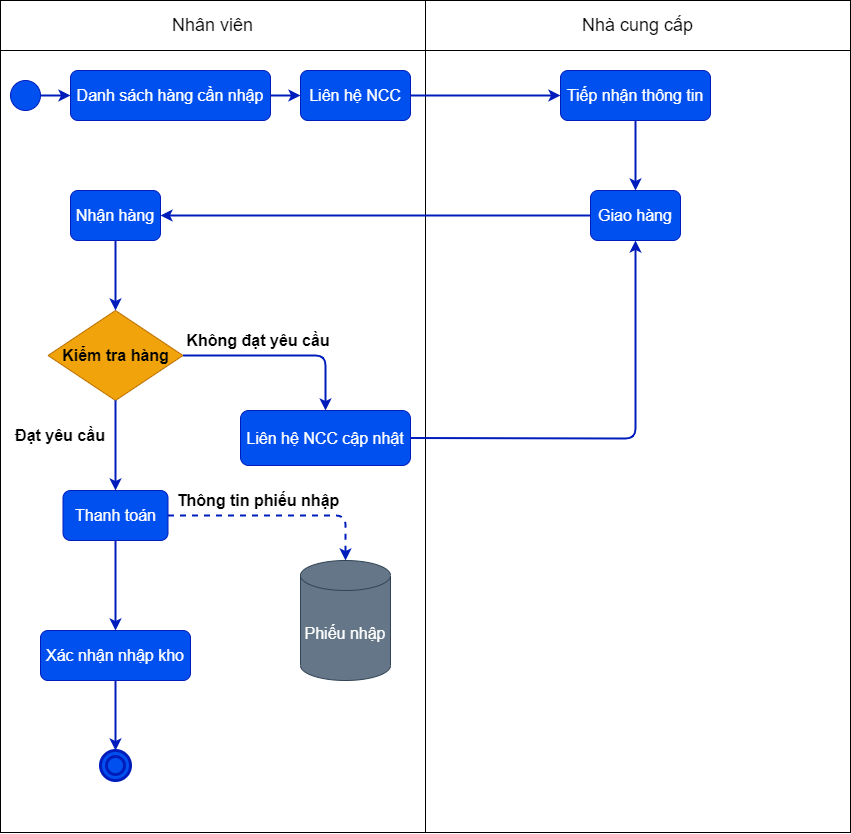
Earlier version of the draw.io export nhapHang.drawio.png (sunny-THS/QlyBanDT). Source tidied: cells renumbered, new cells last; positions are measured from the earlier drawing's top-left corner, leaving out a move shared by most shapes. Its diagram source:
```xml
<mxGraphModel>
  <root>
    <mxCell id="0" />
    <mxCell id="1" parent="0" />
    <mxCell id="2" style="shape=table;startSize=0;" parent="1" vertex="1">
      <mxGeometry width="850" height="832" as="geometry" />
    </mxCell>
    <mxCell id="3" style="shape=partialRectangle;fillColor=none;top=0;left=0;bottom=0;right=0;fontSize=14;" parent="2" vertex="1">
      <mxGeometry width="850" height="50" as="geometry" />
    </mxCell>
    <mxCell id="4" value="Nhân viên" style="shape=partialRectangle;html=1;whiteSpace=wrap;overflow=hidden;fillColor=none;top=0;left=0;bottom=0;right=0;fontSize=18;" parent="3" vertex="1">
      <mxGeometry width="425" height="50" as="geometry" />
    </mxCell>
    <mxCell id="5" value="Nhà cung cấp" style="shape=partialRectangle;html=1;whiteSpace=wrap;overflow=hidden;fillColor=none;top=0;left=0;bottom=0;right=0;fontSize=18;" parent="3" vertex="1">
      <mxGeometry x="425" width="425" height="50" as="geometry" />
    </mxCell>
    <mxCell id="6" style="shape=partialRectangle;fillColor=none;top=0;left=0;bottom=0;right=0;" parent="2" vertex="1">
      <mxGeometry y="50" width="850" height="782" as="geometry" />
    </mxCell>
    <mxCell id="7" style="shape=partialRectangle;html=1;whiteSpace=wrap;overflow=hidden;fillColor=none;top=0;left=0;bottom=0;right=0;" parent="6" vertex="1">
      <mxGeometry width="425" height="782" as="geometry" />
    </mxCell>
    <mxCell id="8" style="shape=partialRectangle;html=1;whiteSpace=wrap;overflow=hidden;fillColor=none;top=0;left=0;bottom=0;right=0;" parent="6" vertex="1">
      <mxGeometry x="425" width="425" height="782" as="geometry" />
    </mxCell>
    <mxCell id="9" value="Danh sách hàng cần nhập" style="rounded=1;whiteSpace=wrap;html=1;fontSize=16;fillColor=#0050ef;strokeColor=#001DBC;fontColor=#ffffff;" parent="1" vertex="1">
      <mxGeometry x="70" y="70" width="200" height="50" as="geometry" />
    </mxCell>
    <mxCell id="10" style="ellipse;whiteSpace=wrap;html=1;fontSize=18;fillColor=#0050ef;strokeColor=#001DBC;fontColor=#ffffff;" parent="1" vertex="1">
      <mxGeometry x="10" y="80" width="30" height="30" as="geometry" />
    </mxCell>
    <mxCell id="11" style="endArrow=classic;html=1;fontSize=16;exitX=1;exitY=0.5;exitDx=0;exitDy=0;entryX=0;entryY=0.5;entryDx=0;entryDy=0;strokeWidth=2;fillColor=#0050ef;strokeColor=#001DBC;" parent="1" edge="1" source="10" target="9">
      <mxGeometry relative="1" as="geometry" />
    </mxCell>
    <mxCell id="12" value="Liên hệ NCC" style="rounded=1;whiteSpace=wrap;html=1;fontSize=16;fillColor=#0050ef;strokeColor=#001DBC;fontColor=#ffffff;" parent="1" vertex="1">
      <mxGeometry x="300" y="70" width="110" height="50" as="geometry" />
    </mxCell>
    <mxCell id="13" style="endArrow=classic;html=1;fontSize=16;exitX=1;exitY=0.5;exitDx=0;exitDy=0;entryX=0;entryY=0.5;entryDx=0;entryDy=0;strokeWidth=2;fillColor=#0050ef;strokeColor=#001DBC;" parent="1" edge="1" source="9" target="12">
      <mxGeometry relative="1" as="geometry" />
    </mxCell>
    <mxCell id="14" value="Tiếp nhận thông tin" style="rounded=1;whiteSpace=wrap;html=1;fontSize=16;fillColor=#0050ef;strokeColor=#001DBC;fontColor=#ffffff;" parent="1" vertex="1">
      <mxGeometry x="560" y="70" width="150" height="50" as="geometry" />
    </mxCell>
    <mxCell id="15" style="endArrow=classic;html=1;fontSize=16;exitX=1;exitY=0.5;exitDx=0;exitDy=0;entryX=0;entryY=0.5;entryDx=0;entryDy=0;strokeWidth=2;fillColor=#0050ef;strokeColor=#001DBC;" parent="1" edge="1" source="12" target="14">
      <mxGeometry relative="1" as="geometry" />
    </mxCell>
    <mxCell id="16" value="Giao hàng" style="rounded=1;whiteSpace=wrap;html=1;fontSize=16;fillColor=#0050ef;strokeColor=#001DBC;fontColor=#ffffff;" parent="1" vertex="1">
      <mxGeometry x="590" y="190" width="90" height="50" as="geometry" />
    </mxCell>
    <mxCell id="17" style="endArrow=classic;html=1;fontSize=16;exitX=0.5;exitY=1;exitDx=0;exitDy=0;entryX=0.5;entryY=0;entryDx=0;entryDy=0;strokeWidth=2;fillColor=#0050ef;strokeColor=#001DBC;" parent="1" edge="1" source="14" target="16">
      <mxGeometry relative="1" as="geometry" />
    </mxCell>
    <mxCell id="18" value="Nhận hàng" style="rounded=1;whiteSpace=wrap;html=1;fontSize=16;fillColor=#0050ef;strokeColor=#001DBC;fontColor=#ffffff;" parent="1" vertex="1">
      <mxGeometry x="70" y="190" width="90" height="50" as="geometry" />
    </mxCell>
    <mxCell id="19" style="endArrow=classic;html=1;fontSize=16;exitX=0;exitY=0.5;exitDx=0;exitDy=0;entryX=1;entryY=0.5;entryDx=0;entryDy=0;strokeWidth=2;fillColor=#0050ef;strokeColor=#001DBC;" parent="1" edge="1" source="16" target="18">
      <mxGeometry relative="1" as="geometry" />
    </mxCell>
    <mxCell id="20" value="Kiểm tra hàng" style="rhombus;whiteSpace=wrap;html=1;fontSize=16;fillColor=#f0a30a;strokeColor=#BD7000;fontColor=#000000;fontStyle=1;" parent="1" vertex="1">
      <mxGeometry x="47.5" y="310" width="135" height="90" as="geometry" />
    </mxCell>
    <mxCell id="21" style="endArrow=classic;html=1;fontSize=16;exitX=0.5;exitY=1;exitDx=0;exitDy=0;entryX=0.5;entryY=0;entryDx=0;entryDy=0;strokeWidth=2;fillColor=#0050ef;strokeColor=#001DBC;" parent="1" edge="1" source="18" target="20">
      <mxGeometry relative="1" as="geometry" />
    </mxCell>
    <mxCell id="22" value="Không đạt yêu cầu" style="text;html=1;strokeColor=none;fillColor=none;align=center;verticalAlign=middle;whiteSpace=wrap;rounded=0;fontSize=16;fontStyle=1;" parent="1" vertex="1">
      <mxGeometry x="182.5" y="320" width="150" height="40" as="geometry" />
    </mxCell>
    <mxCell id="23" value="Liên hệ NCC cập nhật" style="rounded=1;whiteSpace=wrap;html=1;fontSize=16;fillColor=#0050ef;strokeColor=#001DBC;fontColor=#ffffff;" parent="1" vertex="1">
      <mxGeometry x="240" y="410" width="170" height="55" as="geometry" />
    </mxCell>
    <mxCell id="24" style="endArrow=classic;html=1;fontSize=16;exitX=1;exitY=0.5;exitDx=0;exitDy=0;entryX=0.5;entryY=0;entryDx=0;entryDy=0;strokeWidth=2;fillColor=#0050ef;strokeColor=#001DBC;" parent="1" edge="1" source="20" target="23">
      <mxGeometry relative="1" as="geometry">
        <Array as="points">
          <mxPoint x="325" y="355" />
        </Array>
      </mxGeometry>
    </mxCell>
    <mxCell id="25" style="endArrow=classic;html=1;fontSize=16;exitX=1;exitY=0.5;exitDx=0;exitDy=0;entryX=0.5;entryY=1;entryDx=0;entryDy=0;strokeWidth=2;fillColor=#0050ef;strokeColor=#001DBC;" parent="1" edge="1" source="23" target="16">
      <mxGeometry relative="1" as="geometry">
        <Array as="points">
          <mxPoint x="635" y="438" />
        </Array>
      </mxGeometry>
    </mxCell>
    <mxCell id="26" style="endArrow=classic;html=1;fontSize=16;exitX=0.5;exitY=1;exitDx=0;exitDy=0;entryX=0.5;entryY=0;entryDx=0;entryDy=0;strokeWidth=2;fillColor=#0050ef;strokeColor=#001DBC;" parent="1" edge="1" source="20" target="27">
      <mxGeometry relative="1" as="geometry" />
    </mxCell>
    <mxCell id="27" value="Thanh toán" style="rounded=1;whiteSpace=wrap;html=1;fontSize=16;fillColor=#0050ef;strokeColor=#001DBC;fontColor=#ffffff;" parent="1" vertex="1">
      <mxGeometry x="62.5" y="490" width="105" height="50" as="geometry" />
    </mxCell>
    <mxCell id="28" value="Đạt yêu cầu" style="text;html=1;strokeColor=none;fillColor=none;align=center;verticalAlign=middle;whiteSpace=wrap;rounded=0;fontSize=16;fontStyle=1;" parent="1" vertex="1">
      <mxGeometry x="10" y="420" width="100" height="30" as="geometry" />
    </mxCell>
    <mxCell id="29" value="Phiếu nhập" style="shape=cylinder3;whiteSpace=wrap;html=1;boundedLbl=1;backgroundOutline=1;size=15;fontSize=16;fillColor=#647687;strokeColor=#314354;fontColor=#ffffff;" parent="1" vertex="1">
      <mxGeometry x="300" y="560" width="90" height="120" as="geometry" />
    </mxCell>
    <mxCell id="30" style="endArrow=classic;html=1;fontSize=16;exitX=1;exitY=0.5;exitDx=0;exitDy=0;entryX=0.5;entryY=0;entryDx=0;entryDy=0;strokeWidth=2;fillColor=#0050ef;strokeColor=#001DBC;entryPerimeter=0;dashed=1;" parent="1" edge="1" source="27" target="29">
      <mxGeometry relative="1" as="geometry">
        <Array as="points">
          <mxPoint x="345" y="515" />
        </Array>
      </mxGeometry>
    </mxCell>
    <mxCell id="31" value="Thông tin phiếu nhập" style="text;html=1;strokeColor=none;fillColor=none;align=center;verticalAlign=middle;whiteSpace=wrap;rounded=0;fontSize=16;fontStyle=1;" parent="1" vertex="1">
      <mxGeometry x="172.5" y="480" width="170" height="40" as="geometry" />
    </mxCell>
    <mxCell id="32" value="Xác nhận nhập kho" style="rounded=1;whiteSpace=wrap;html=1;fontSize=16;fillColor=#0050ef;strokeColor=#001DBC;fontColor=#ffffff;" parent="1" vertex="1">
      <mxGeometry x="40" y="630" width="150" height="50" as="geometry" />
    </mxCell>
    <mxCell id="33" style="endArrow=classic;html=1;fontSize=16;exitX=0.5;exitY=1;exitDx=0;exitDy=0;entryX=0.5;entryY=0;entryDx=0;entryDy=0;strokeWidth=2;fillColor=#0050ef;strokeColor=#001DBC;" parent="1" edge="1" source="27" target="32">
      <mxGeometry relative="1" as="geometry" />
    </mxCell>
    <mxCell id="34" style="endArrow=classic;html=1;fontSize=16;exitX=0.5;exitY=1;exitDx=0;exitDy=0;strokeWidth=2;fillColor=#0050ef;strokeColor=#001DBC;entryX=0.5;entryY=0;entryDx=0;entryDy=0;" parent="1" edge="1" source="32" target="35">
      <mxGeometry relative="1" as="geometry" />
    </mxCell>
    <mxCell id="35" style="ellipse;shape=doubleEllipse;whiteSpace=wrap;html=1;fontSize=16;fillColor=#0050ef;strokeColor=#001DBC;fontColor=#ffffff;perimeterSpacing=0;strokeWidth=3;" parent="1" vertex="1">
      <mxGeometry x="100" y="750" width="30" height="30" as="geometry" />
    </mxCell>
  </root>
</mxGraphModel>
```
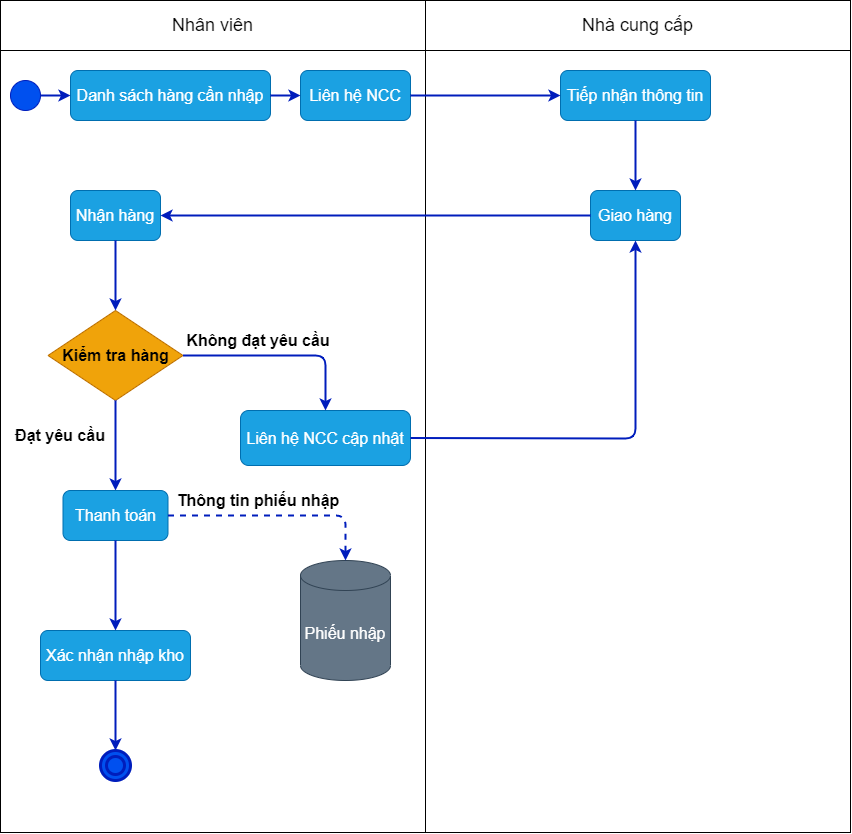
The same file after the commit.

Diff of the diagram source:
```diff
@@ -23,7 +23,7 @@
     <mxCell id="8" style="shape=partialRectangle;html=1;whiteSpace=wrap;overflow=hidden;fillColor=none;top=0;left=0;bottom=0;right=0;" parent="6" vertex="1">
       <mxGeometry x="425" width="425" height="782" as="geometry" />
     </mxCell>
-    <mxCell id="9" value="Danh sách hàng cần nhập" style="rounded=1;whiteSpace=wrap;html=1;fontSize=16;fillColor=#0050ef;strokeColor=#001DBC;fontColor=#ffffff;" parent="1" vertex="1">
+    <mxCell id="9" value="Danh sách hàng cần nhập" style="rounded=1;whiteSpace=wrap;html=1;fontSize=16;fillColor=#1ba1e2;strokeColor=#006EAF;fontColor=#ffffff;" parent="1" vertex="1">
       <mxGeometry x="70" y="70" width="200" height="50" as="geometry" />
     </mxCell>
     <mxCell id="10" style="ellipse;whiteSpace=wrap;html=1;fontSize=18;fillColor=#0050ef;strokeColor=#001DBC;fontColor=#ffffff;" parent="1" vertex="1">
@@ -32,25 +32,25 @@
     <mxCell id="11" style="endArrow=classic;html=1;fontSize=16;exitX=1;exitY=0.5;exitDx=0;exitDy=0;entryX=0;entryY=0.5;entryDx=0;entryDy=0;strokeWidth=2;fillColor=#0050ef;strokeColor=#001DBC;" parent="1" edge="1" source="10" target="9">
       <mxGeometry relative="1" as="geometry" />
     </mxCell>
-    <mxCell id="12" value="Liên hệ NCC" style="rounded=1;whiteSpace=wrap;html=1;fontSize=16;fillColor=#0050ef;strokeColor=#001DBC;fontColor=#ffffff;" parent="1" vertex="1">
+    <mxCell id="12" value="Liên hệ NCC" style="rounded=1;whiteSpace=wrap;html=1;fontSize=16;fillColor=#1ba1e2;strokeColor=#006EAF;fontColor=#ffffff;" parent="1" vertex="1">
       <mxGeometry x="300" y="70" width="110" height="50" as="geometry" />
     </mxCell>
     <mxCell id="13" style="endArrow=classic;html=1;fontSize=16;exitX=1;exitY=0.5;exitDx=0;exitDy=0;entryX=0;entryY=0.5;entryDx=0;entryDy=0;strokeWidth=2;fillColor=#0050ef;strokeColor=#001DBC;" parent="1" edge="1" source="9" target="12">
       <mxGeometry relative="1" as="geometry" />
     </mxCell>
-    <mxCell id="14" value="Tiếp nhận thông tin" style="rounded=1;whiteSpace=wrap;html=1;fontSize=16;fillColor=#0050ef;strokeColor=#001DBC;fontColor=#ffffff;" parent="1" vertex="1">
+    <mxCell id="14" value="Tiếp nhận thông tin" style="rounded=1;whiteSpace=wrap;html=1;fontSize=16;fillColor=#1ba1e2;strokeColor=#006EAF;fontColor=#ffffff;" parent="1" vertex="1">
       <mxGeometry x="560" y="70" width="150" height="50" as="geometry" />
     </mxCell>
     <mxCell id="15" style="endArrow=classic;html=1;fontSize=16;exitX=1;exitY=0.5;exitDx=0;exitDy=0;entryX=0;entryY=0.5;entryDx=0;entryDy=0;strokeWidth=2;fillColor=#0050ef;strokeColor=#001DBC;" parent="1" edge="1" source="12" target="14">
       <mxGeometry relative="1" as="geometry" />
     </mxCell>
-    <mxCell id="16" value="Giao hàng" style="rounded=1;whiteSpace=wrap;html=1;fontSize=16;fillColor=#0050ef;strokeColor=#001DBC;fontColor=#ffffff;" parent="1" vertex="1">
+    <mxCell id="16" value="Giao hàng" style="rounded=1;whiteSpace=wrap;html=1;fontSize=16;fillColor=#1ba1e2;strokeColor=#006EAF;fontColor=#ffffff;" parent="1" vertex="1">
       <mxGeometry x="590" y="190" width="90" height="50" as="geometry" />
     </mxCell>
     <mxCell id="17" style="endArrow=classic;html=1;fontSize=16;exitX=0.5;exitY=1;exitDx=0;exitDy=0;entryX=0.5;entryY=0;entryDx=0;entryDy=0;strokeWidth=2;fillColor=#0050ef;strokeColor=#001DBC;" parent="1" edge="1" source="14" target="16">
       <mxGeometry relative="1" as="geometry" />
     </mxCell>
-    <mxCell id="18" value="Nhận hàng" style="rounded=1;whiteSpace=wrap;html=1;fontSize=16;fillColor=#0050ef;strokeColor=#001DBC;fontColor=#ffffff;" parent="1" vertex="1">
+    <mxCell id="18" value="Nhận hàng" style="rounded=1;whiteSpace=wrap;html=1;fontSize=16;fillColor=#1ba1e2;strokeColor=#006EAF;fontColor=#ffffff;" parent="1" vertex="1">
       <mxGeometry x="70" y="190" width="90" height="50" as="geometry" />
     </mxCell>
     <mxCell id="19" style="endArrow=classic;html=1;fontSize=16;exitX=0;exitY=0.5;exitDx=0;exitDy=0;entryX=1;entryY=0.5;entryDx=0;entryDy=0;strokeWidth=2;fillColor=#0050ef;strokeColor=#001DBC;" parent="1" edge="1" source="16" target="18">
@@ -65,7 +65,7 @@
     <mxCell id="22" value="Không đạt yêu cầu" style="text;html=1;strokeColor=none;fillColor=none;align=center;verticalAlign=middle;whiteSpace=wrap;rounded=0;fontSize=16;fontStyle=1;" parent="1" vertex="1">
       <mxGeometry x="182.5" y="320" width="150" height="40" as="geometry" />
     </mxCell>
-    <mxCell id="23" value="Liên hệ NCC cập nhật" style="rounded=1;whiteSpace=wrap;html=1;fontSize=16;fillColor=#0050ef;strokeColor=#001DBC;fontColor=#ffffff;" parent="1" vertex="1">
+    <mxCell id="23" value="Liên hệ NCC cập nhật" style="rounded=1;whiteSpace=wrap;html=1;fontSize=16;fillColor=#1ba1e2;strokeColor=#006EAF;fontColor=#ffffff;" parent="1" vertex="1">
       <mxGeometry x="240" y="410" width="170" height="55" as="geometry" />
     </mxCell>
     <mxCell id="24" style="endArrow=classic;html=1;fontSize=16;exitX=1;exitY=0.5;exitDx=0;exitDy=0;entryX=0.5;entryY=0;entryDx=0;entryDy=0;strokeWidth=2;fillColor=#0050ef;strokeColor=#001DBC;" parent="1" edge="1" source="20" target="23">
@@ -85,7 +85,7 @@
     <mxCell id="26" style="endArrow=classic;html=1;fontSize=16;exitX=0.5;exitY=1;exitDx=0;exitDy=0;entryX=0.5;entryY=0;entryDx=0;entryDy=0;strokeWidth=2;fillColor=#0050ef;strokeColor=#001DBC;" parent="1" edge="1" source="20" target="27">
       <mxGeometry relative="1" as="geometry" />
     </mxCell>
-    <mxCell id="27" value="Thanh toán" style="rounded=1;whiteSpace=wrap;html=1;fontSize=16;fillColor=#0050ef;strokeColor=#001DBC;fontColor=#ffffff;" parent="1" vertex="1">
+    <mxCell id="27" value="Thanh toán" style="rounded=1;whiteSpace=wrap;html=1;fontSize=16;fillColor=#1ba1e2;strokeColor=#006EAF;fontColor=#ffffff;" parent="1" vertex="1">
       <mxGeometry x="62.5" y="490" width="105" height="50" as="geometry" />
     </mxCell>
     <mxCell id="28" value="Đạt yêu cầu" style="text;html=1;strokeColor=none;fillColor=none;align=center;verticalAlign=middle;whiteSpace=wrap;rounded=0;fontSize=16;fontStyle=1;" parent="1" vertex="1">
@@ -104,7 +104,7 @@
     <mxCell id="31" value="Thông tin phiếu nhập" style="text;html=1;strokeColor=none;fillColor=none;align=center;verticalAlign=middle;whiteSpace=wrap;rounded=0;fontSize=16;fontStyle=1;" parent="1" vertex="1">
       <mxGeometry x="172.5" y="480" width="170" height="40" as="geometry" />
     </mxCell>
-    <mxCell id="32" value="Xác nhận nhập kho" style="rounded=1;whiteSpace=wrap;html=1;fontSize=16;fillColor=#0050ef;strokeColor=#001DBC;fontColor=#ffffff;" parent="1" vertex="1">
+    <mxCell id="32" value="Xác nhận nhập kho" style="rounded=1;whiteSpace=wrap;html=1;fontSize=16;fillColor=#1ba1e2;strokeColor=#006EAF;fontColor=#ffffff;" parent="1" vertex="1">
       <mxGeometry x="40" y="630" width="150" height="50" as="geometry" />
     </mxCell>
     <mxCell id="33" style="endArrow=classic;html=1;fontSize=16;exitX=0.5;exitY=1;exitDx=0;exitDy=0;entryX=0.5;entryY=0;entryDx=0;entryDy=0;strokeWidth=2;fillColor=#0050ef;strokeColor=#001DBC;" parent="1" edge="1" source="27" target="32">
```
